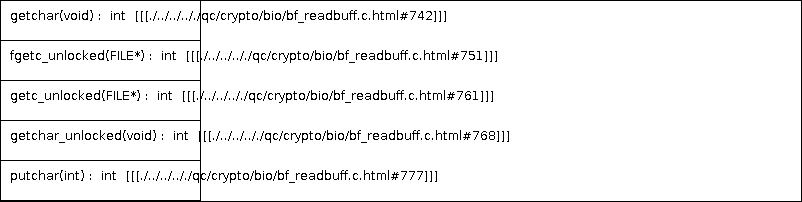
qualitesys/openssl keeps this PlantUML diagram as docs/qc/crypto/bio/bf_readbuff.c.png. Above is the earlier version. Its source is kept beside it as docs/qc/crypto/bio/bf_readbuff.c.puml. Its diagram source:
```plantuml
@startuml
!pragma layout smetana
class dummy {
getchar(void) :  int  [[[./../../.././qc/crypto/bio/bf_readbuff.c.html#742]]]
fgetc_unlocked(FILE*) :  int  [[[./../../.././qc/crypto/bio/bf_readbuff.c.html#751]]]
getc_unlocked(FILE*) :  int  [[[./../../.././qc/crypto/bio/bf_readbuff.c.html#761]]]
getchar_unlocked(void) :  int  [[[./../../.././qc/crypto/bio/bf_readbuff.c.html#768]]]
putchar(int) :  int  [[[./../../.././qc/crypto/bio/bf_readbuff.c.html#777]]]
}
@enduml
```
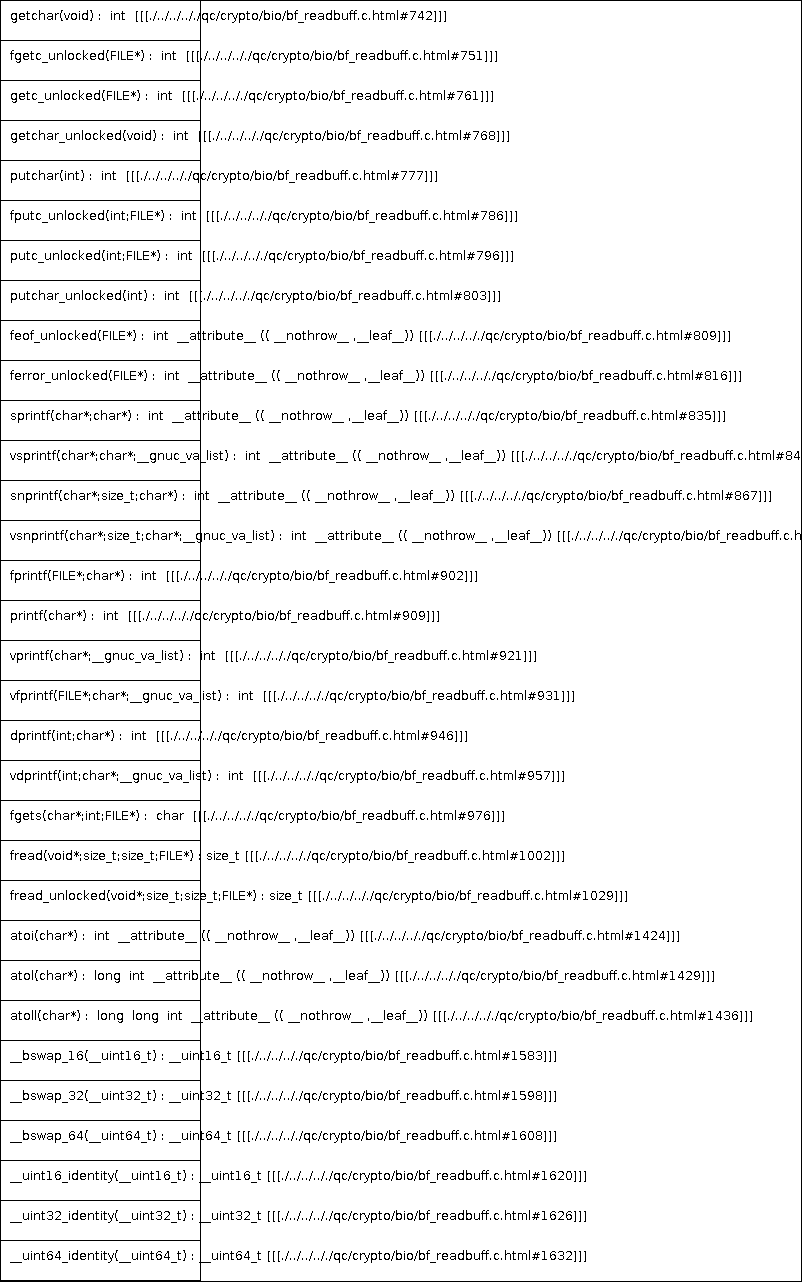
After the change.

What changed in the source:
```diff
@@ -6,5 +6,32 @@
 getc_unlocked(FILE*) :  int  [[[./../../.././qc/crypto/bio/bf_readbuff.c.html#761]]]
 getchar_unlocked(void) :  int  [[[./../../.././qc/crypto/bio/bf_readbuff.c.html#768]]]
 putchar(int) :  int  [[[./../../.././qc/crypto/bio/bf_readbuff.c.html#777]]]
+fputc_unlocked(int;FILE*) :  int  [[[./../../.././qc/crypto/bio/bf_readbuff.c.html#786]]]
+putc_unlocked(int;FILE*) :  int  [[[./../../.././qc/crypto/bio/bf_readbuff.c.html#796]]]
+putchar_unlocked(int) :  int  [[[./../../.././qc/crypto/bio/bf_readbuff.c.html#803]]]
+feof_unlocked(FILE*) :  int  __attribute__ (( __nothrow__ ,__leaf__)) [[[./../../.././qc/crypto/bio/bf_readbuff.c.html#809]]]
+ferror_unlocked(FILE*) :  int  __attribute__ (( __nothrow__ ,__leaf__)) [[[./../../.././qc/crypto/bio/bf_readbuff.c.html#816]]]
+sprintf(char*;char*) :  int  __attribute__ (( __nothrow__ ,__leaf__)) [[[./../../.././qc/crypto/bio/bf_readbuff.c.html#835]]]
+vsprintf(char*;char*;__gnuc_va_list) :  int  __attribute__ (( __nothrow__ ,__leaf__)) [[[./../../.././qc/crypto/bio/bf_readbuff.c.html#848]]]
+snprintf(char*;size_t;char*) :  int  __attribute__ (( __nothrow__ ,__leaf__)) [[[./../../.././qc/crypto/bio/bf_readbuff.c.html#867]]]
+vsnprintf(char*;size_t;char*;__gnuc_va_list) :  int  __attribute__ (( __nothrow__ ,__leaf__)) [[[./../../.././qc/crypto/bio/bf_readbuff.c.html#881]]]
+fprintf(FILE*;char*) :  int  [[[./../../.././qc/crypto/bio/bf_readbuff.c.html#902]]]
+printf(char*) :  int  [[[./../../.././qc/crypto/bio/bf_readbuff.c.html#909]]]
+vprintf(char*;__gnuc_va_list) :  int  [[[./../../.././qc/crypto/bio/bf_readbuff.c.html#921]]]
+vfprintf(FILE*;char*;__gnuc_va_list) :  int  [[[./../../.././qc/crypto/bio/bf_readbuff.c.html#931]]]
+dprintf(int;char*) :  int  [[[./../../.././qc/crypto/bio/bf_readbuff.c.html#946]]]
+vdprintf(int;char*;__gnuc_va_list) :  int  [[[./../../.././qc/crypto/bio/bf_readbuff.c.html#957]]]
+fgets(char*;int;FILE*) :  char  [[[./../../.././qc/crypto/bio/bf_readbuff.c.html#976]]]
+fread(void*;size_t;size_t;FILE*) : size_t [[[./../../.././qc/crypto/bio/bf_readbuff.c.html#1002]]]
+fread_unlocked(void*;size_t;size_t;FILE*) : size_t [[[./../../.././qc/crypto/bio/bf_readbuff.c.html#1029]]]
+atoi(char*) :  int  __attribute__ (( __nothrow__ ,__leaf__)) [[[./../../.././qc/crypto/bio/bf_readbuff.c.html#1424]]]
+atol(char*) :  long  int  __attribute__ (( __nothrow__ ,__leaf__)) [[[./../../.././qc/crypto/bio/bf_readbuff.c.html#1429]]]
+atoll(char*) :  long  long  int  __attribute__ (( __nothrow__ ,__leaf__)) [[[./../../.././qc/crypto/bio/bf_readbuff.c.html#1436]]]
+__bswap_16(__uint16_t) : __uint16_t [[[./../../.././qc/crypto/bio/bf_readbuff.c.html#1583]]]
+__bswap_32(__uint32_t) : __uint32_t [[[./../../.././qc/crypto/bio/bf_readbuff.c.html#1598]]]
+__bswap_64(__uint64_t) : __uint64_t [[[./../../.././qc/crypto/bio/bf_readbuff.c.html#1608]]]
+__uint16_identity(__uint16_t) : __uint16_t [[[./../../.././qc/crypto/bio/bf_readbuff.c.html#1620]]]
+__uint32_identity(__uint32_t) : __uint32_t [[[./../../.././qc/crypto/bio/bf_readbuff.c.html#1626]]]
+__uint64_identity(__uint64_t) : __uint64_t [[[./../../.././qc/crypto/bio/bf_readbuff.c.html#1632]]]
 }
 @enduml
```
